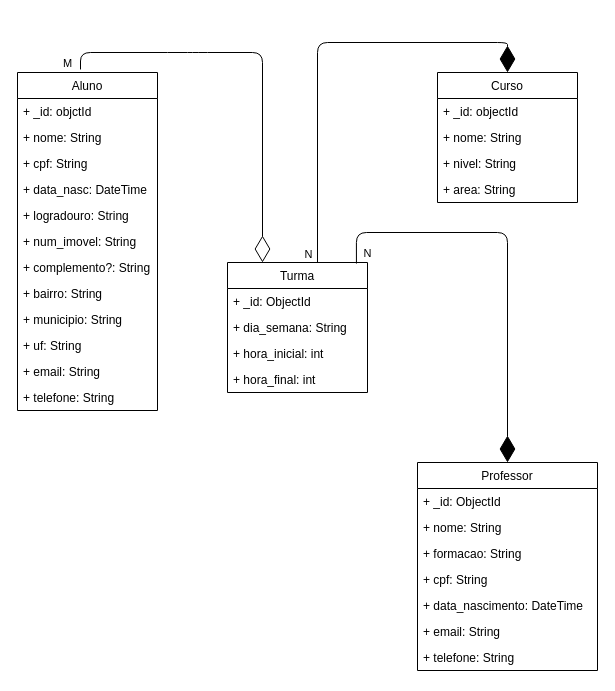
Earlier version of the draw.io diagram docs/modelagem-bd.drawio (juxuxumachado/bn-not-2023-2). Source tidied: cells renumbered, new cells numbered last; positions are measured from the earlier drawing's top-left corner, leaving out a move shared by most shapes. Both pictures are drawn from the tidied source at 100%, with x=0, y=0 at pixel (17, 42).
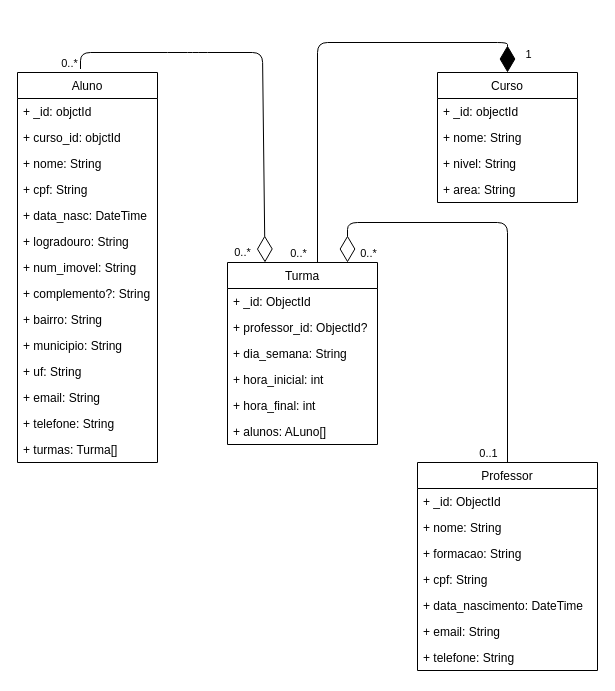
The same diagram, later.

Unchanged cells that the change refers to:
```xml
<mxCell id="15" value="Curso" style="swimlane;fontStyle=0;horizontal=1;startSize=26;fillColor=none;" parent="1" vertex="1">
  <mxGeometry x="420" y="30" width="140" height="130" as="geometry" />
</mxCell>
<mxCell id="25" value="Professor" style="swimlane;fontStyle=0;horizontal=1;startSize=26;fillColor=none;" parent="1" vertex="1">
  <mxGeometry x="400" y="420" width="180" height="208" as="geometry" />
</mxCell>
<mxCell id="37" style="endArrow=diamondThin;endFill=0;endSize=24;html=1;exitX=0.45;exitY=-0.009;exitDx=0;exitDy=0;exitPerimeter=0;entryX=0.25;entryY=0;entryDx=0;entryDy=0;" parent="1" edge="1" source="2" target="20">
  <mxGeometry relative="1" as="geometry">
    <Array as="points">
      <mxPoint x="63" y="10" />
      <mxPoint x="160" y="10" />
      <mxPoint x="180" y="10" />
      <mxPoint x="245" y="10" />
    </Array>
  </mxGeometry>
</mxCell>
```

What changed in the source:
```diff
@@
     <mxCell id="2" value="Aluno" style="swimlane;fontStyle=0;horizontal=1;startSize=26;fillColor=none;" parent="1" vertex="1">
-      <mxGeometry y="30" width="140" height="338" as="geometry" />
+      <mxGeometry y="30" width="140" height="390" as="geometry" />
     </mxCell>
+    <mxCell id="39" value="+ _id: objctId" style="text;strokeColor=none;fillColor=none;align=left;verticalAlign=top;spacingLeft=4;spacingRight=4;overflow=hidden;" parent="2" vertex="1">
+      <mxGeometry y="26" width="140" height="26" as="geometry" />
+    </mxCell>
-    <mxCell id="3" value="+ _id: objctId" style="text;strokeColor=none;fillColor=none;align=left;verticalAlign=top;spacingLeft=4;spacingRight=4;overflow=hidden;" parent="2" vertex="1">
-      <mxGeometry y="26" width="140" height="26" as="geometry" />
+    <mxCell id="3" value="+ curso_id: objctId" style="text;strokeColor=none;fillColor=none;align=left;verticalAlign=top;spacingLeft=4;spacingRight=4;overflow=hidden;" parent="2" vertex="1">
+      <mxGeometry y="52" width="140" height="26" as="geometry" />
     </mxCell>
     <mxCell id="4" value="+ nome: String" style="text;strokeColor=none;fillColor=none;align=left;verticalAlign=top;spacingLeft=4;spacingRight=4;overflow=hidden;" parent="2" vertex="1">
-      <mxGeometry y="52" width="140" height="26" as="geometry" />
+      <mxGeometry y="78" width="140" height="26" as="geometry" />
     </mxCell>
     <mxCell id="5" value="+ cpf: String" style="text;strokeColor=none;fillColor=none;align=left;verticalAlign=top;spacingLeft=4;spacingRight=4;overflow=hidden;" parent="2" vertex="1">
-      <mxGeometry y="78" width="140" height="26" as="geometry" />
+      <mxGeometry y="104" width="140" height="26" as="geometry" />
     </mxCell>
     <mxCell id="6" value="+ data_nasc: DateTime" style="text;strokeColor=none;fillColor=none;align=left;verticalAlign=top;spacingLeft=4;spacingRight=4;overflow=hidden;" parent="2" vertex="1">
-      <mxGeometry y="104" width="140" height="26" as="geometry" />
+      <mxGeometry y="130" width="140" height="26" as="geometry" />
     </mxCell>
     <mxCell id="7" value="+ logradouro: String" style="text;strokeColor=none;fillColor=none;align=left;verticalAlign=top;spacingLeft=4;spacingRight=4;overflow=hidden;" parent="2" vertex="1">
-      <mxGeometry y="130" width="140" height="26" as="geometry" />
+      <mxGeometry y="156" width="140" height="26" as="geometry" />
     </mxCell>
     <mxCell id="8" value="+ num_imovel: String" style="text;strokeColor=none;fillColor=none;align=left;verticalAlign=top;spacingLeft=4;spacingRight=4;overflow=hidden;" parent="2" vertex="1">
-      <mxGeometry y="156" width="140" height="26" as="geometry" />
+      <mxGeometry y="182" width="140" height="26" as="geometry" />
     </mxCell>
     <mxCell id="9" value="+ complemento?: String" style="text;strokeColor=none;fillColor=none;align=left;verticalAlign=top;spacingLeft=4;spacingRight=4;overflow=hidden;" parent="2" vertex="1">
-      <mxGeometry y="182" width="140" height="26" as="geometry" />
+      <mxGeometry y="208" width="140" height="26" as="geometry" />
     </mxCell>
     <mxCell id="10" value="+ bairro: String" style="text;strokeColor=none;fillColor=none;align=left;verticalAlign=top;spacingLeft=4;spacingRight=4;overflow=hidden;" parent="2" vertex="1">
-      <mxGeometry y="208" width="140" height="26" as="geometry" />
+      <mxGeometry y="234" width="140" height="26" as="geometry" />
     </mxCell>
     <mxCell id="11" value="+ municipio: String" style="text;strokeColor=none;fillColor=none;align=left;verticalAlign=top;spacingLeft=4;spacingRight=4;overflow=hidden;" parent="2" vertex="1">
-      <mxGeometry y="234" width="140" height="26" as="geometry" />
+      <mxGeometry y="260" width="140" height="26" as="geometry" />
     </mxCell>
     <mxCell id="12" value="+ uf: String" style="text;strokeColor=none;fillColor=none;align=left;verticalAlign=top;spacingLeft=4;spacingRight=4;overflow=hidden;" parent="2" vertex="1">
-      <mxGeometry y="260" width="140" height="26" as="geometry" />
+      <mxGeometry y="286" width="140" height="26" as="geometry" />
     </mxCell>
     <mxCell id="13" value="+ email: String" style="text;strokeColor=none;fillColor=none;align=left;verticalAlign=top;spacingLeft=4;spacingRight=4;overflow=hidden;" parent="2" vertex="1">
-      <mxGeometry y="286" width="140" height="26" as="geometry" />
+      <mxGeometry y="312" width="140" height="26" as="geometry" />
     </mxCell>
+    <mxCell id="40" value="+ telefone: String" style="text;strokeColor=none;fillColor=none;align=left;verticalAlign=top;spacingLeft=4;spacingRight=4;overflow=hidden;" parent="2" vertex="1">
+      <mxGeometry y="338" width="140" height="26" as="geometry" />
+    </mxCell>
-    <mxCell id="14" value="+ telefone: String" style="text;strokeColor=none;fillColor=none;align=left;verticalAlign=top;spacingLeft=4;spacingRight=4;overflow=hidden;" parent="2" vertex="1">
-      <mxGeometry y="312" width="140" height="26" as="geometry" />
+    <mxCell id="14" value="+ turmas: Turma[]" style="text;strokeColor=none;fillColor=none;align=left;verticalAlign=top;spacingLeft=4;spacingRight=4;overflow=hidden;" parent="2" vertex="1">
+      <mxGeometry y="364" width="140" height="26" as="geometry" />
     </mxCell>
@@
     <mxCell id="20" value="Turma" style="swimlane;fontStyle=0;horizontal=1;startSize=26;fillColor=none;" parent="1" vertex="1">
-      <mxGeometry x="210" y="220" width="140" height="130" as="geometry" />
+      <mxGeometry x="210" y="220" width="150" height="182" as="geometry" />
     </mxCell>
     <mxCell id="21" value="+ _id: ObjectId" style="text;strokeColor=none;fillColor=none;align=left;verticalAlign=top;spacingLeft=4;spacingRight=4;overflow=hidden;" parent="20" vertex="1">
-      <mxGeometry y="26" width="140" height="26" as="geometry" />
+      <mxGeometry y="26" width="150" height="26" as="geometry" />
     </mxCell>
+    <mxCell id="41" value="+ professor_id: ObjectId?" style="text;strokeColor=none;fillColor=none;align=left;verticalAlign=top;spacingLeft=4;spacingRight=4;overflow=hidden;" parent="20" vertex="1">
+      <mxGeometry y="52" width="150" height="26" as="geometry" />
+    </mxCell>
     <mxCell id="22" value="+ dia_semana: String" style="text;strokeColor=none;fillColor=none;align=left;verticalAlign=top;spacingLeft=4;spacingRight=4;overflow=hidden;" parent="20" vertex="1">
-      <mxGeometry y="52" width="140" height="26" as="geometry" />
+      <mxGeometry y="78" width="150" height="26" as="geometry" />
     </mxCell>
     <mxCell id="23" value="+ hora_inicial: int" style="text;strokeColor=none;fillColor=none;align=left;verticalAlign=top;spacingLeft=4;spacingRight=4;overflow=hidden;" parent="20" vertex="1">
-      <mxGeometry y="78" width="140" height="26" as="geometry" />
+      <mxGeometry y="104" width="150" height="26" as="geometry" />
     </mxCell>
     <mxCell id="24" value="+ hora_final: int" style="text;strokeColor=none;fillColor=none;align=left;verticalAlign=top;spacingLeft=4;spacingRight=4;overflow=hidden;" parent="20" vertex="1">
-      <mxGeometry y="104" width="140" height="26" as="geometry" />
+      <mxGeometry y="130" width="150" height="26" as="geometry" />
     </mxCell>
+    <mxCell id="42" value="+ alunos: ALuno[]" style="text;strokeColor=none;fillColor=none;align=left;verticalAlign=top;spacingLeft=4;spacingRight=4;overflow=hidden;" parent="20" vertex="1">
+      <mxGeometry y="156" width="150" height="26" as="geometry" />
+    </mxCell>
@@
-    <mxCell id="33" style="endArrow=diamondThin;endFill=1;endSize=24;html=1;edgeStyle=orthogonalEdgeStyle;entryX=0.5;entryY=0;entryDx=0;entryDy=0;exitX=0.921;exitY=0.008;exitDx=0;exitDy=0;exitPerimeter=0;" parent="1" edge="1" source="20" target="25">
-      <mxGeometry relative="1" as="geometry">
-        <Array as="points">
-          <mxPoint x="339" y="190" />
-          <mxPoint x="490" y="190" />
-        </Array>
-      </mxGeometry>
-    </mxCell>
-    <mxCell id="34" value="N" style="edgeLabel;html=1;align=center;verticalAlign=middle;" parent="33" vertex="1">
-      <mxGeometry x="-0.52" y="2" relative="1" as="geometry">
-        <mxPoint x="-57" y="22" as="offset" />
-      </mxGeometry>
-    </mxCell>
-    <mxCell id="35" style="endArrow=diamondThin;endFill=1;endSize=24;html=1;edgeStyle=orthogonalEdgeStyle;entryX=0.5;entryY=0;entryDx=0;entryDy=0;" parent="1" edge="1" target="15">
+    <mxCell id="35" style="endArrow=diamondThin;endFill=1;endSize=24;html=1;edgeStyle=orthogonalEdgeStyle;entryX=0.5;entryY=0;entryDx=0;entryDy=0;exitX=0.5;exitY=0;exitDx=0;exitDy=0;" parent="1" edge="1" target="15">
       <mxGeometry relative="1" as="geometry">
         <mxPoint x="300" y="220" as="sourcePoint" />
         <Array as="points">
           <mxPoint x="300" y="220" />
           <mxPoint x="300" />
           <mxPoint x="490" />
         </Array>
       </mxGeometry>
     </mxCell>
-    <mxCell id="36" value="N" style="edgeLabel;html=1;align=center;verticalAlign=middle;" parent="35" vertex="1">
+    <mxCell id="36" value="0..*" style="edgeLabel;html=1;align=center;verticalAlign=middle;" parent="35" vertex="1">
       <mxGeometry x="-0.52" y="2" relative="1" as="geometry">
-        <mxPoint x="-8" y="97" as="offset" />
+        <mxPoint x="-18" y="96" as="offset" />
       </mxGeometry>
     </mxCell>
+    <mxCell id="43" value="1" style="edgeLabel;html=1;align=center;verticalAlign=middle;" parent="35" vertex="1">
+      <mxGeometry x="-0.56" relative="1" as="geometry">
+        <mxPoint x="210" y="-112" as="offset" />
+      </mxGeometry>
+    </mxCell>
@@
-    <mxCell id="38" value="M" style="edgeLabel;html=1;align=center;verticalAlign=middle;" parent="37" vertex="1">
+    <mxCell id="38" value="0..*" style="edgeLabel;html=1;align=center;verticalAlign=middle;" parent="37" vertex="1">
       <mxGeometry x="-0.35" y="1" relative="1" as="geometry">
-        <mxPoint x="-130" y="11" as="offset" />
+        <mxPoint x="-128" y="11" as="offset" />
       </mxGeometry>
     </mxCell>
+    <mxCell id="44" value="0..*" style="edgeLabel;html=1;align=center;verticalAlign=middle;" parent="1" vertex="1">
+      <mxGeometry x="50" y="30" as="geometry">
+        <mxPoint x="174" y="179" as="offset" />
+      </mxGeometry>
+    </mxCell>
+    <mxCell id="45" style="endArrow=diamondThin;endFill=0;endSize=24;html=1;exitX=0.5;exitY=0;exitDx=0;exitDy=0;" parent="1" edge="1" source="25">
+      <mxGeometry relative="1" as="geometry">
+        <mxPoint x="330" y="220" as="targetPoint" />
+        <Array as="points">
+          <mxPoint x="490" y="180" />
+          <mxPoint x="330" y="180" />
+        </Array>
+      </mxGeometry>
+    </mxCell>
+    <mxCell id="46" value="0..1" style="edgeLabel;html=1;align=center;verticalAlign=middle;" parent="45" vertex="1">
+      <mxGeometry x="-0.85" y="2" relative="1" as="geometry">
+        <mxPoint x="-18" y="23" as="offset" />
+      </mxGeometry>
+    </mxCell>
+    <mxCell id="47" value="0..*" style="edgeLabel;html=1;align=center;verticalAlign=middle;" parent="45" vertex="1">
+      <mxGeometry x="0.71" y="1" relative="1" as="geometry">
+        <mxPoint x="-4" y="29" as="offset" />
+      </mxGeometry>
+    </mxCell>
```
